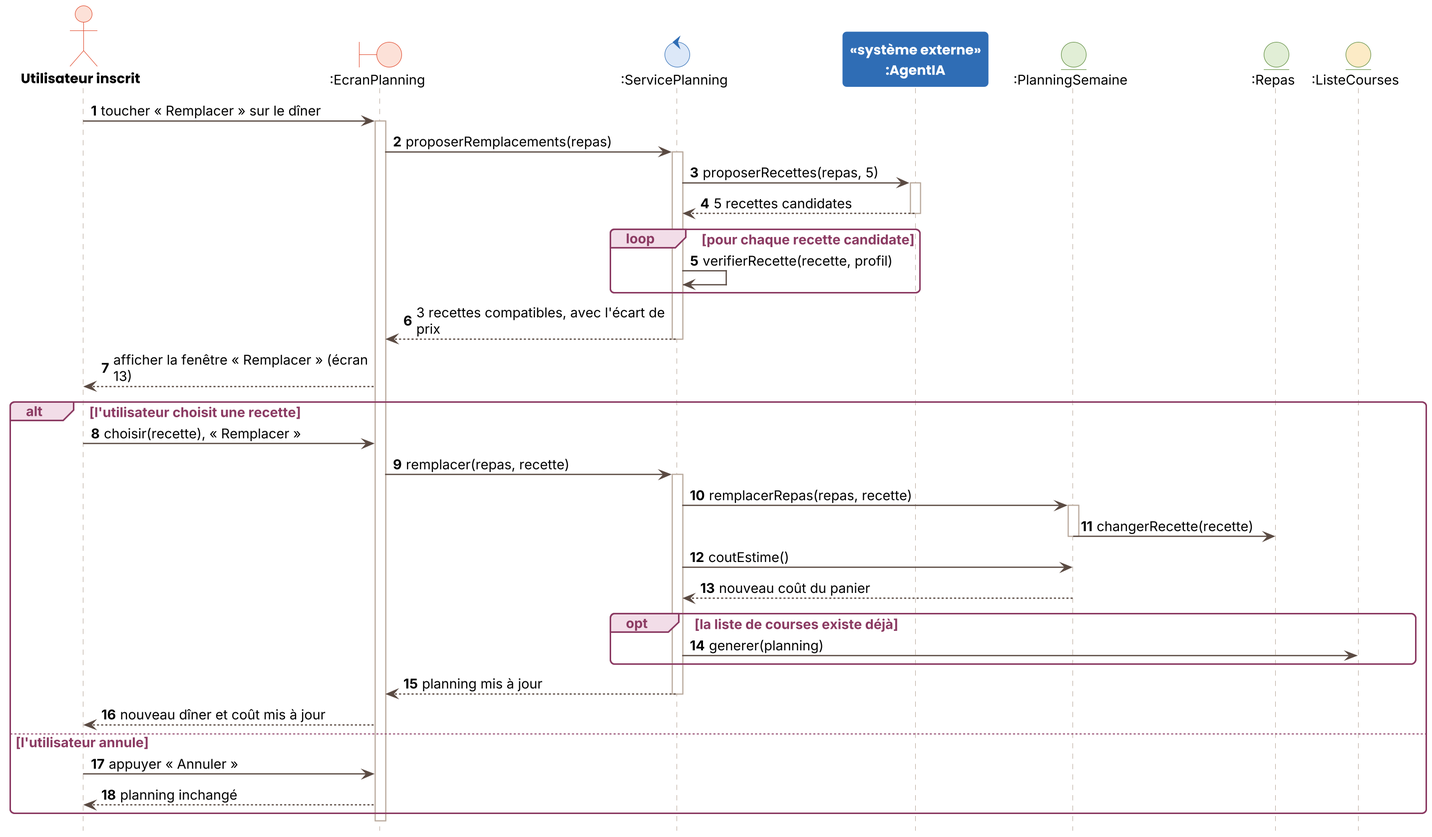
RayenTouil/Dbarti keeps this PlantUML diagram as docs/diagrammes/sequence_4_remplacer_repas.png. Above is the earlier version. Source of this version:
```plantuml
@startuml
!include style-seq.iuml
actor "Utilisateur inscrit" as U
boundary ":EcranPlanning" as E
control ":ServicePlanning" as S
participant "«système externe»\n:AgentIA" as IA
entity ":PlanningSemaine" as PL
entity ":Repas" as RE
entity ":ListeCourses" as L #FCEBC6

U -> E : toucher « Remplacer » sur le dîner
activate E
E -> S : proposerRemplacements(repas)
activate S
S -> IA : proposerRecettes(repas, 5)
activate IA
IA --> S : 5 recettes candidates
deactivate IA
loop pour chaque recette candidate
  S -> S : verifierRecette(recette, profil)
end
S --> E : 3 recettes compatibles, avec l'écart de prix
deactivate S
E --> U : afficher la fenêtre « Remplacer » (écran 13)
alt l'utilisateur choisit une recette
  U -> E : choisir(recette), « Remplacer »
  E -> S : remplacer(repas, recette)
  activate S
  S -> PL : remplacerRepas(repas, recette)
  activate PL
  PL -> RE : changerRecette(recette)
  deactivate PL
  S -> PL : coutEstime()
  PL --> S : nouveau coût du panier
  opt la liste de courses existe déjà
    S -> L : generer(planning)
  end
  S --> E : planning mis à jour
  deactivate S
  E --> U : nouveau dîner et coût mis à jour
else l'utilisateur annule
  U -> E : appuyer « Annuler »
  E --> U : planning inchangé
end
deactivate E
@enduml
```
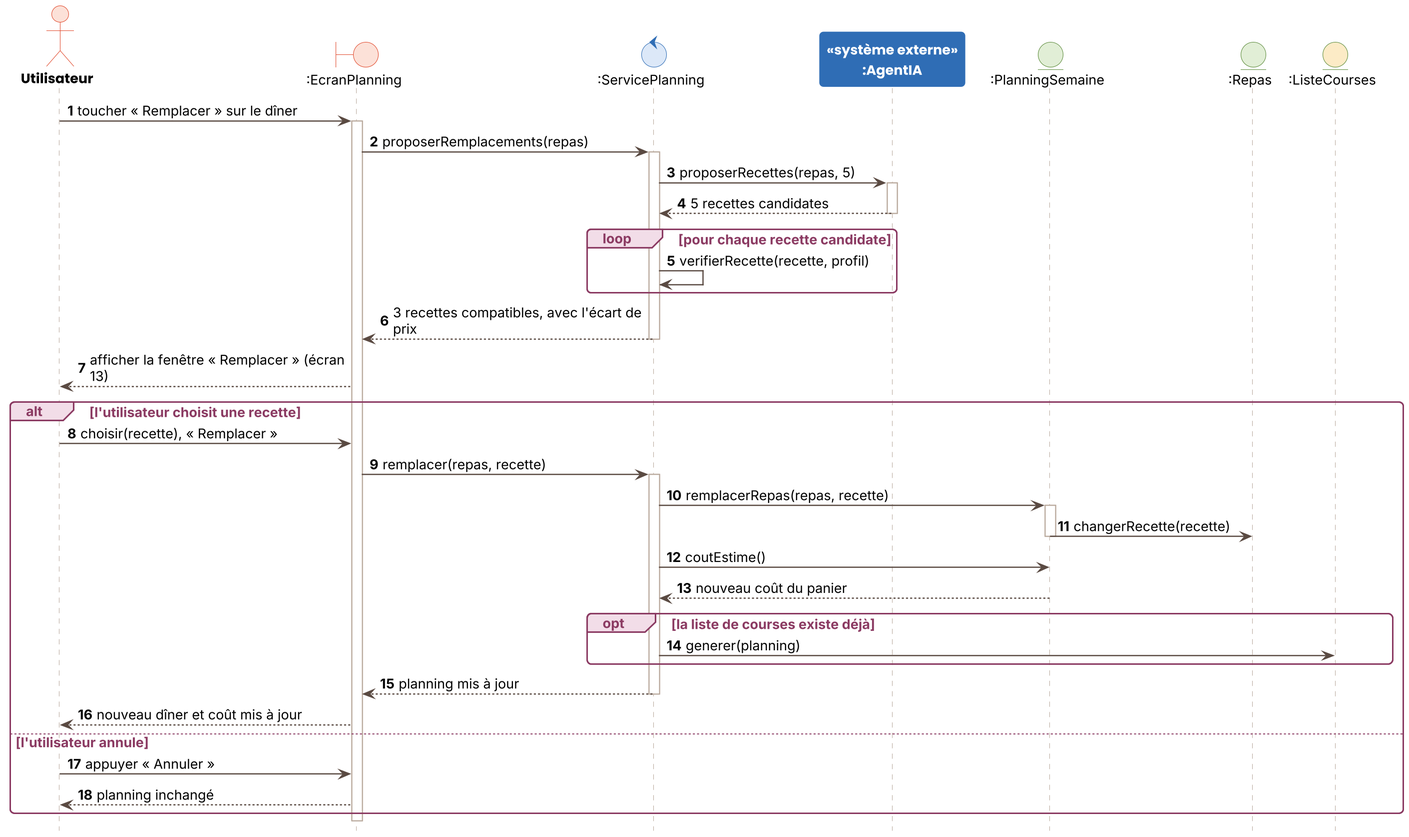
After the commit.

Diff of the diagram source:
```diff
@@ -1,6 +1,6 @@
 @startuml
 !include style-seq.iuml
-actor "Utilisateur inscrit" as U
+actor "Utilisateur" as U
 boundary ":EcranPlanning" as E
 control ":ServicePlanning" as S
 participant "«système externe»\n:AgentIA" as IA
```
